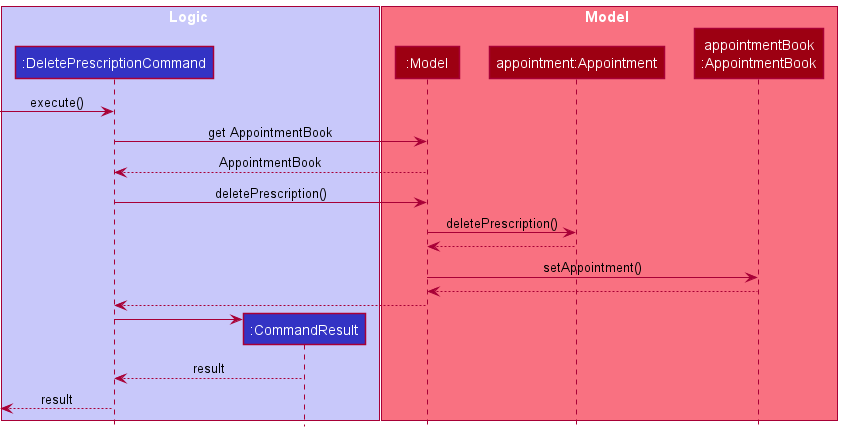
Earlier version of the PlantUML export docs/diagrams/DeletePrescriptionCommandSequenceDiagram.png (nus-cs2103-AY2122S1/tp).
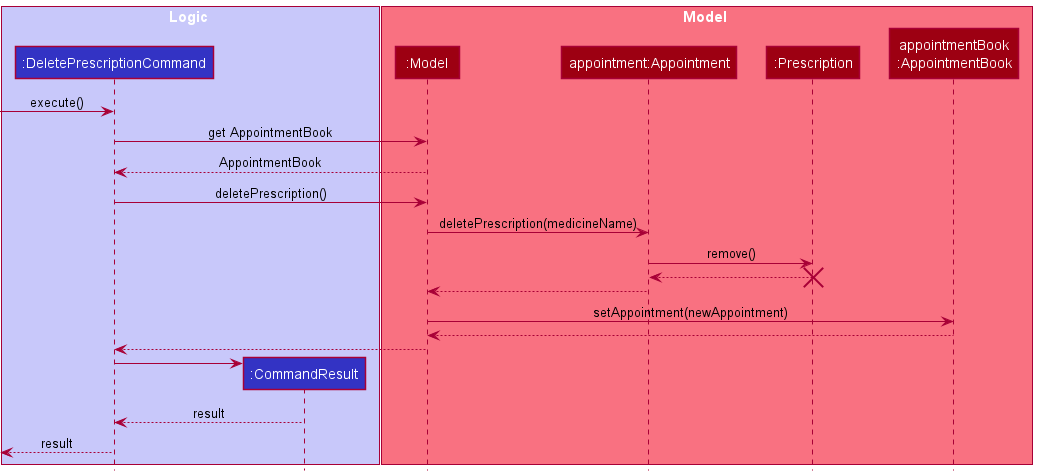
After the commit.

Diff of the diagram source:
```diff
@@ -9,6 +9,7 @@
 box Model MODEL_COLOR_T1
 participant ":Model" as Model MODEL_COLOR
 participant "appointment:Appointment" as appointment MODEL_COLOR
+participant ":Prescription" as Prescription MODEL_COLOR
 participant "appointmentBook\n:AppointmentBook" as appointmentBook MODEL_COLOR
 end box
 
@@ -20,9 +21,12 @@
 
 
 DeletePrescriptionCommand -> Model : deletePrescription()
-Model -> appointment : deletePrescription()
+Model -> appointment : deletePrescription(medicineName)
+appointment -> Prescription : remove()
+Prescription --> appointment
+destroy Prescription
 appointment --> Model
-Model -> appointmentBook : setAppointment()
+Model -> appointmentBook : setAppointment(newAppointment)
 appointmentBook --> Model
 
 Model ---> DeletePrescriptionCommand
```
